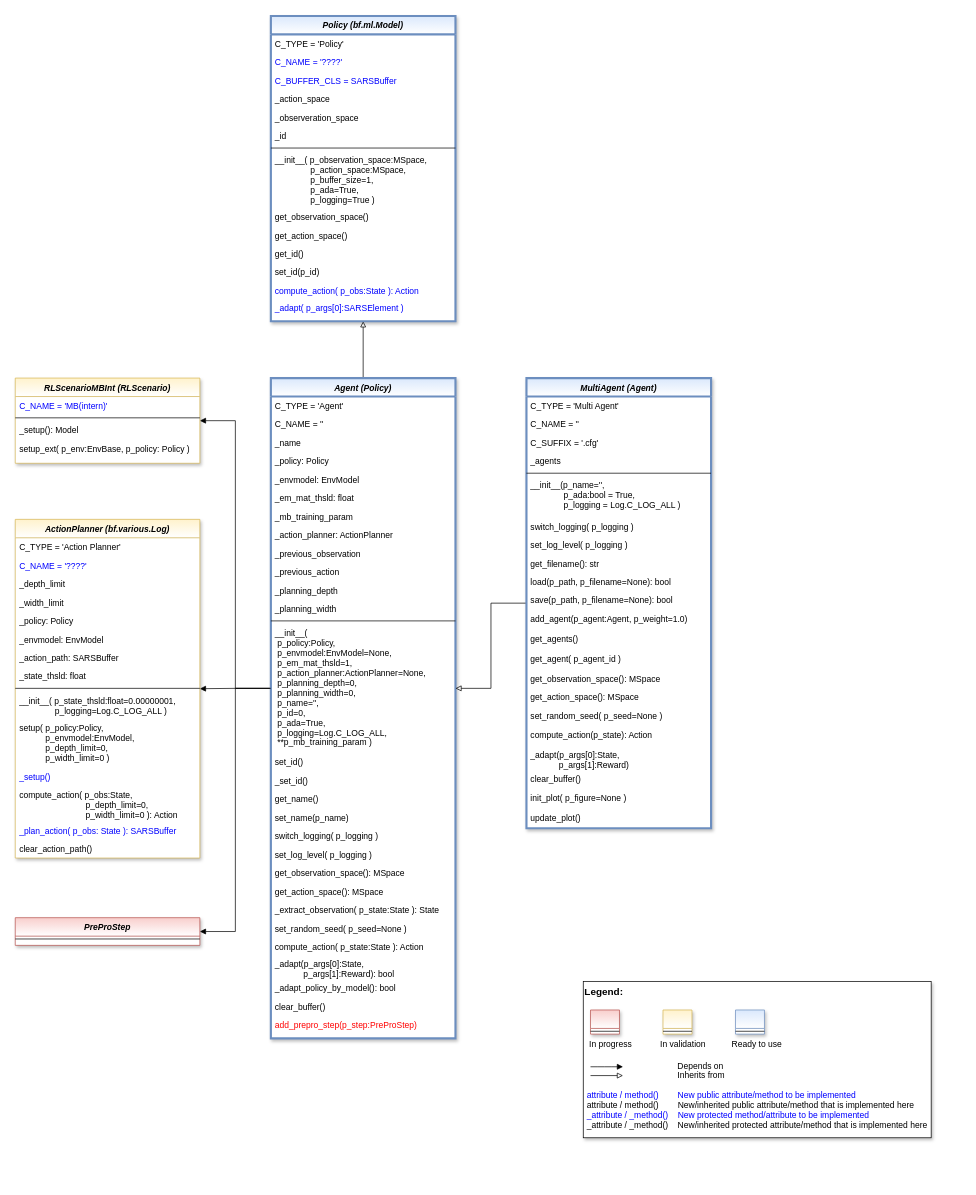
This is doc/rtd/content/append2/core/images/rl/03_agents/MLPro-RL-Agents_class_diagram.drawio from fhswf/MLPro, a draw.io file, before an edit. Source tidied: cells renumbered, new cells numbered last; positions are measured from the earlier drawing's top-left corner, leaving out a move shared by most shapes. Both pictures are drawn from the tidied source at 71%, with x=0, y=0 at pixel (15, 16).
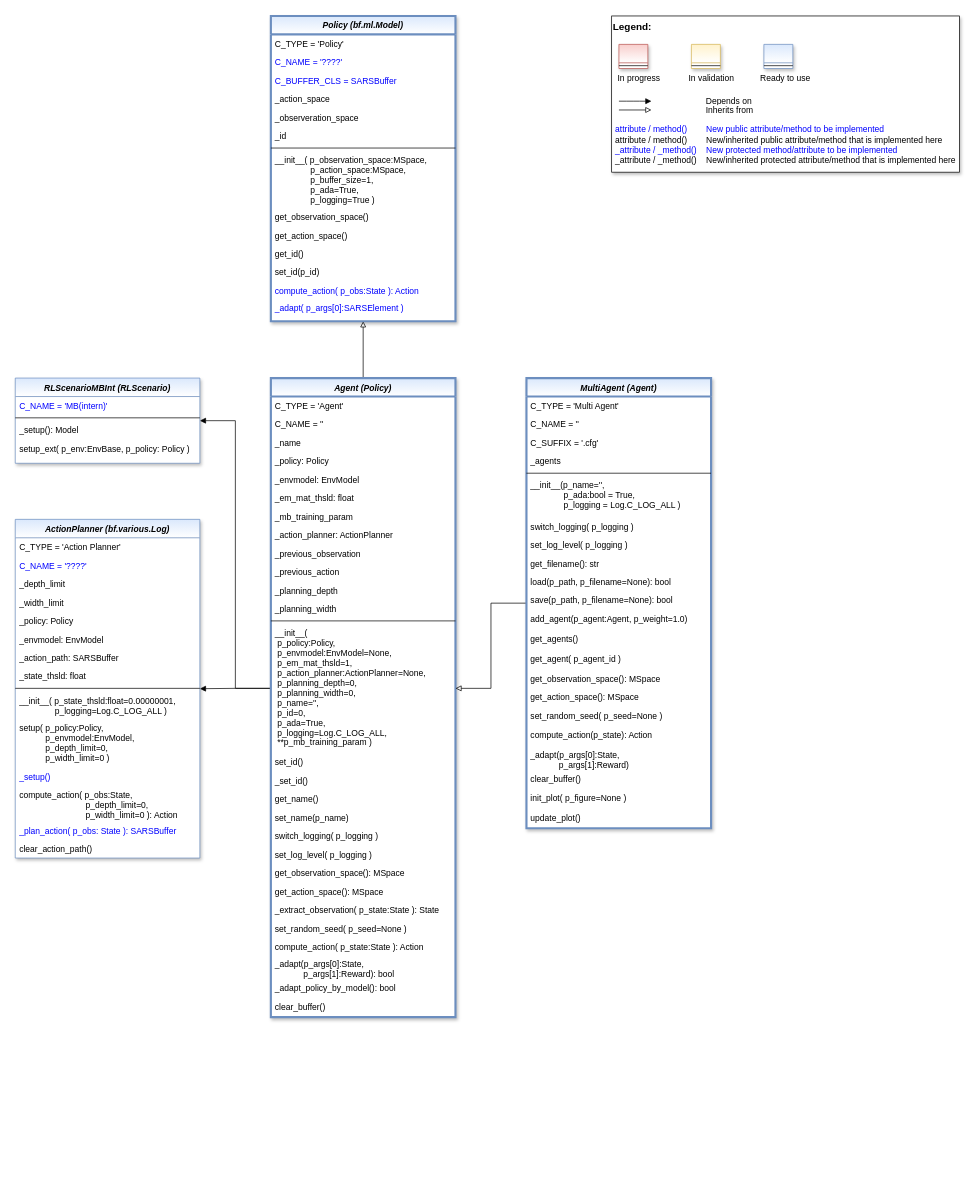
The same diagram, later.

Unchanged cells that the change refers to:
```xml
<mxCell id="19" value="__init__(&#10; p_policy:Policy,&#10; p_envmodel:EnvModel=None,&#10; p_em_mat_thsld=1,&#10; p_action_planner:ActionPlanner=None,&#10; p_planning_depth=0,&#10; p_planning_width=0,&#10; p_name='',&#10; p_id=0,&#10; p_ada=True, &#10; p_logging=Log.C_LOG_ALL,&#10; **p_mb_training_param )" style="text;align=left;verticalAlign=top;spacingLeft=4;spacingRight=4;overflow=hidden;points=[[0,0.5],[1,0.5]];portConstraint=eastwest;" parent="5" vertex="1">
  <mxGeometry y="346" width="260" height="182" as="geometry" />
</mxCell>
```

What changed in the source:
```diff
@@
     <mxCell id="5" value="Agent (Policy)" style="swimlane;fontStyle=3;align=center;verticalAlign=top;horizontal=1;startSize=26;rounded=0;shadow=1;strokeWidth=3;fillColor=#dae8fc;strokeColor=#6c8ebf;gradientColor=#ffffff;swimlaneFillColor=#ffffff;" parent="1" vertex="1">
-      <mxGeometry x="360" y="510" width="260" height="930" as="geometry" />
+      <mxGeometry x="360" y="510" width="260" height="900" as="geometry" />
     </mxCell>
@@
-    <mxCell id="34" value="add_prepro_step(p_step:PreProStep)" style="text;align=left;verticalAlign=top;spacingLeft=4;spacingRight=4;overflow=hidden;fontColor=#FF0000;labelBorderColor=none;" parent="5" vertex="1">
-      <mxGeometry y="898" width="260" height="26" as="geometry" />
-    </mxCell>
@@
-    <mxCell id="74" value="PreProStep" style="swimlane;fontStyle=3;align=center;verticalAlign=top;horizontal=1;startSize=26;rounded=0;shadow=1;strokeWidth=1;fillColor=#f8cecc;strokeColor=#b85450;gradientColor=#ffffff;swimlaneFillColor=#ffffff;" parent="1" vertex="1">
-      <mxGeometry y="1270" width="260" height="39" as="geometry" />
-    </mxCell>
-    <mxCell id="75" style="line;html=1;strokeWidth=1;align=left;verticalAlign=middle;spacingTop=-1;spacingLeft=3;spacingRight=3;labelPosition=right;" parent="74" vertex="1">
-      <mxGeometry y="26" width="260" height="8" as="geometry" />
-    </mxCell>
-    <mxCell id="76" value="ActionPlanner (bf.various.Log)" style="swimlane;fontStyle=3;align=center;verticalAlign=top;horizontal=1;startSize=26;rounded=0;shadow=1;strokeWidth=1;fillColor=#fff2cc;strokeColor=#d6b656;swimlaneFillColor=#ffffff;gradientColor=#ffffff;" parent="1" vertex="1">
+    <mxCell id="76" value="ActionPlanner (bf.various.Log)" style="swimlane;fontStyle=3;align=center;verticalAlign=top;horizontal=1;startSize=26;rounded=0;shadow=1;strokeWidth=1;fillColor=#dae8fc;strokeColor=#6c8ebf;swimlaneFillColor=#ffffff;gradientColor=#FFFFFF;" parent="1" vertex="1">
       <mxGeometry y="709" width="260" height="477" as="geometry" />
     </mxCell>
@@
     <mxCell id="92" style="group;" parent="1" vertex="1">
-      <mxGeometry x="800" y="1360" width="490" height="220" as="geometry" />
+      <mxGeometry x="840" width="490" height="220" as="geometry" />
     </mxCell>
@@
-    <mxCell id="102" value="RLScenarioMBInt (RLScenario)" style="swimlane;fontStyle=3;align=center;verticalAlign=top;horizontal=1;startSize=26;rounded=0;shadow=1;strokeWidth=1;fillColor=#fff2cc;strokeColor=#d6b656;swimlaneFillColor=#ffffff;gradientColor=#ffffff;" parent="1" vertex="1">
+    <mxCell id="102" value="RLScenarioMBInt (RLScenario)" style="swimlane;fontStyle=3;align=center;verticalAlign=top;horizontal=1;startSize=26;rounded=0;shadow=1;strokeWidth=1;fillColor=#dae8fc;strokeColor=#6c8ebf;swimlaneFillColor=#ffffff;gradientColor=#FFFFFF;" parent="1" vertex="1">
       <mxGeometry y="510" width="260" height="120" as="geometry" />
     </mxCell>
@@
-    <mxCell id="107" style="edgeStyle=orthogonalEdgeStyle;rounded=0;jettySize=auto;html=1;fontColor=#000000;endArrow=block;endFill=1;entryX=1;entryY=0.5;entryDx=0;entryDy=0;" parent="1" edge="1" source="19" target="74">
-      <mxGeometry relative="1" as="geometry">
-        <Array as="points">
-          <mxPoint x="310" y="947" />
-          <mxPoint x="310" y="1290" />
-        </Array>
-      </mxGeometry>
-    </mxCell>
```
